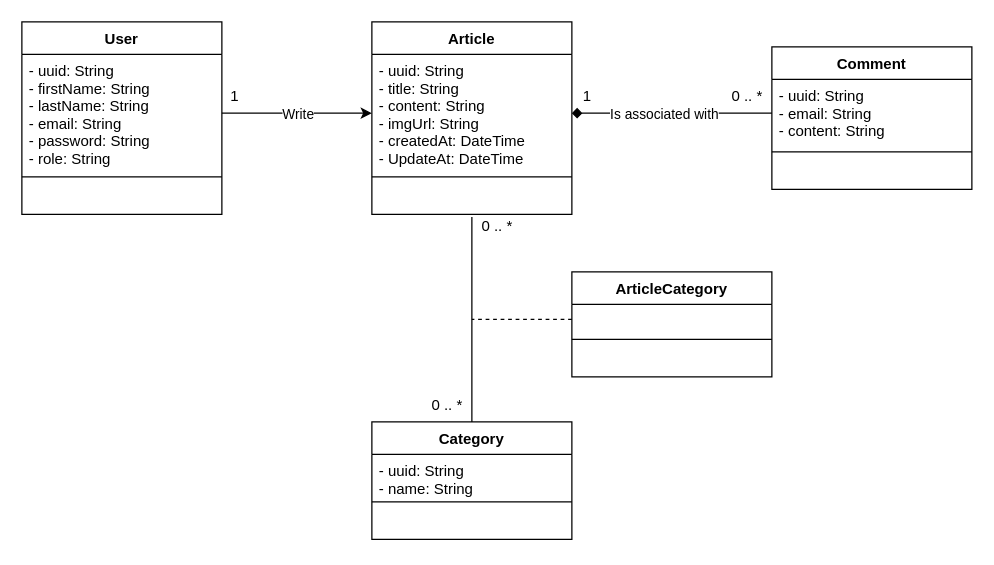
Before: docs/class-diag.drawio in radouanefadel/xp-blog, a draw.io diagram. Source tidied: cells renumbered, new cells numbered last; positions are measured from the earlier drawing's top-left corner, leaving out a move shared by most shapes. Both pictures are drawn from the tidied source at 125%, with x=0, y=0 at pixel (21, 21).
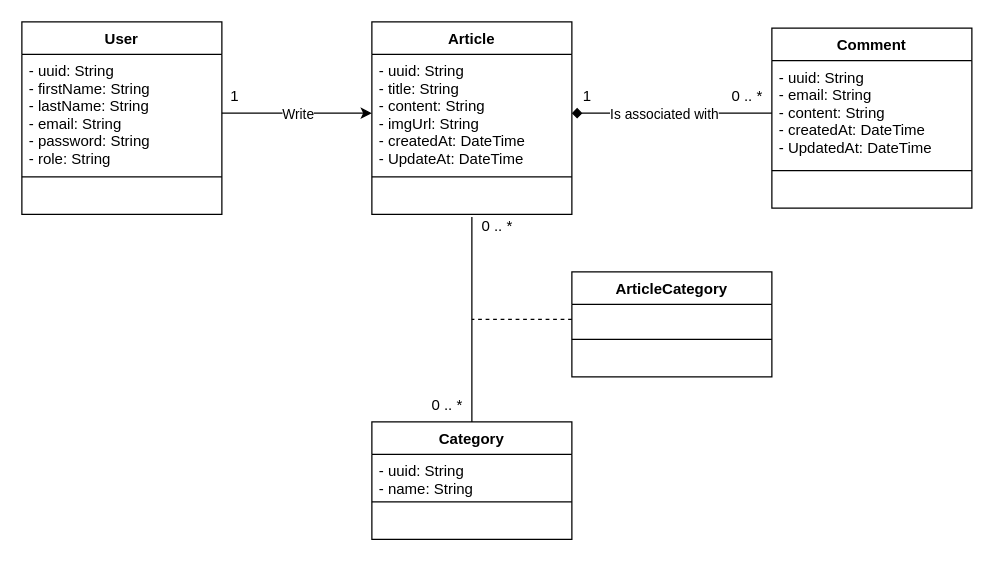
The same diagram, later.

Commit message:
:memo: (docs) Class diagram: Add fields for Comment (createdAt & updatedAt)

Ref #2

Change to the diagram source:
```diff
@@
     <mxCell id="17" value="Comment" style="swimlane;fontStyle=1;align=center;verticalAlign=top;horizontal=1;startSize=26;" parent="1" vertex="1">
-      <mxGeometry x="600" y="20" width="160" height="114" as="geometry" />
+      <mxGeometry x="600" y="5" width="160" height="144" as="geometry" />
     </mxCell>
-    <mxCell id="18" value="- uuid: String&#10;- email: String&#10;- content: String" style="text;strokeColor=none;fillColor=none;align=left;verticalAlign=top;spacingLeft=4;spacingRight=4;overflow=hidden;points=[[0,0.5],[1,0.5]];portConstraint=eastwest;" parent="17" vertex="1">
-      <mxGeometry y="26" width="160" height="54" as="geometry" />
+    <mxCell id="18" value="- uuid: String&#10;- email: String&#10;- content: String&#10;- createdAt: DateTime&#10;- UpdatedAt: DateTime" style="text;strokeColor=none;fillColor=none;align=left;verticalAlign=top;spacingLeft=4;spacingRight=4;overflow=hidden;points=[[0,0.5],[1,0.5]];portConstraint=eastwest;" parent="17" vertex="1">
+      <mxGeometry y="26" width="160" height="84" as="geometry" />
     </mxCell>
     <mxCell id="19" style="line;strokeWidth=1;fillColor=none;align=left;verticalAlign=middle;spacingTop=-1;spacingLeft=3;spacingRight=3;labelPosition=right;" parent="17" vertex="1">
-      <mxGeometry y="80" width="160" height="8" as="geometry" />
+      <mxGeometry y="110" width="160" height="8" as="geometry" />
     </mxCell>
     <mxCell id="20" value=" " style="text;strokeColor=none;fillColor=none;align=left;verticalAlign=top;spacingLeft=4;spacingRight=4;overflow=hidden;" parent="17" vertex="1">
-      <mxGeometry y="88" width="160" height="26" as="geometry" />
+      <mxGeometry y="118" width="160" height="26" as="geometry" />
     </mxCell>
```
